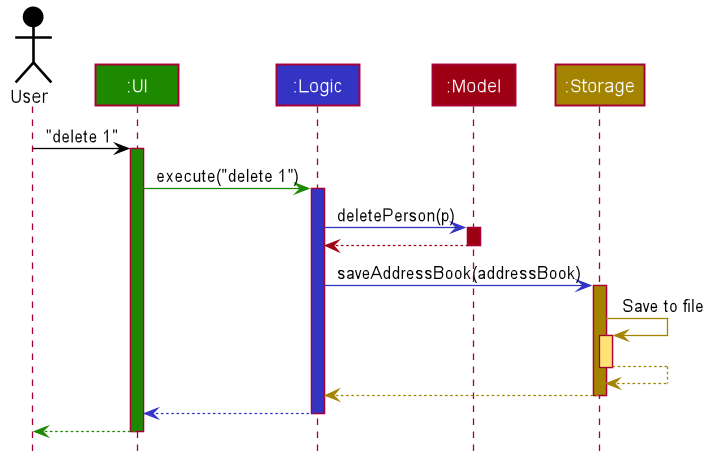
wltan/tp keeps this PlantUML diagram as images/ArchitectureSequenceDiagram.png. Above is the earlier version.
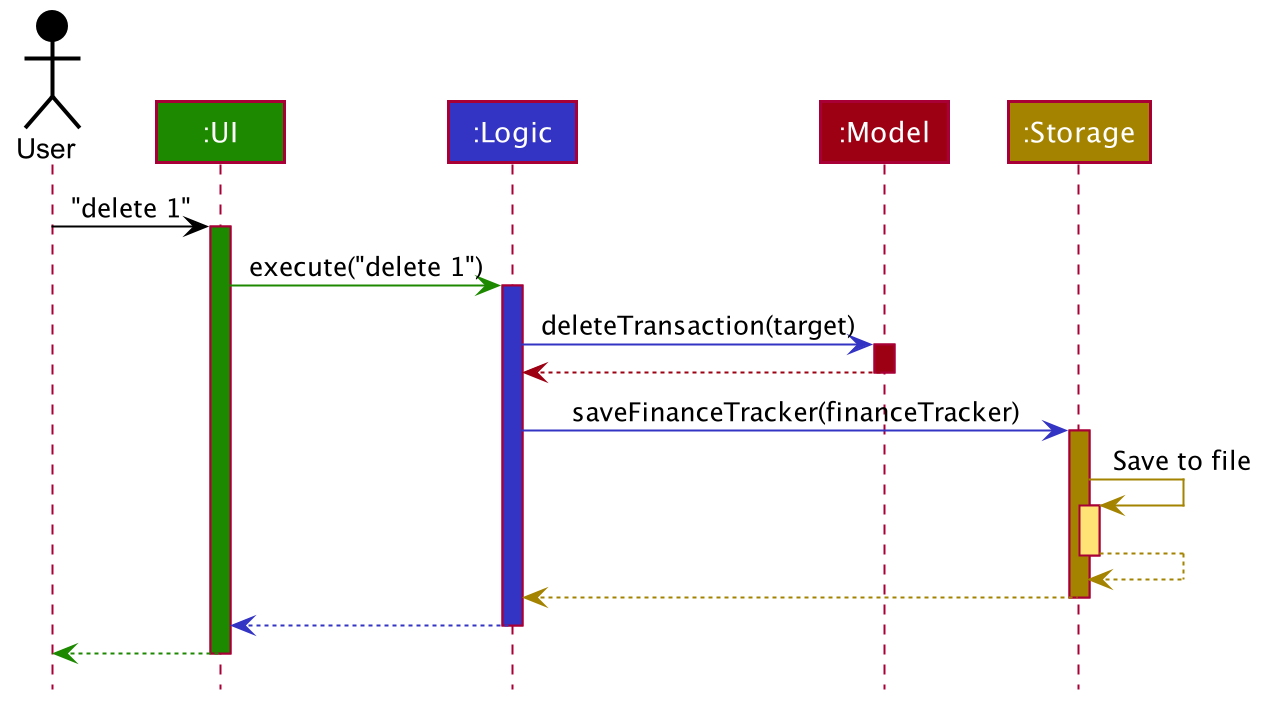
After the commit.

Diff of the diagram source:
```diff
@@ -60,13 +60,13 @@
 ui -[#1D8900]> logic : execute("delete 1")
 activate logic #3333C4
 
-logic -[#3333C4]> model : deletePerson(p)
+logic -[#3333C4]> model : deleteTransaction(target)
 activate model #9D0012
 
 model -[#9D0012]-> logic
 deactivate model
 
-logic -[#3333C4]> storage : saveAddressBook(addressBook)
+logic -[#3333C4]> storage : saveFinanceTracker(financeTracker)
 activate storage #A38300
 
 storage -[#A38300]> storage : Save to file
```
